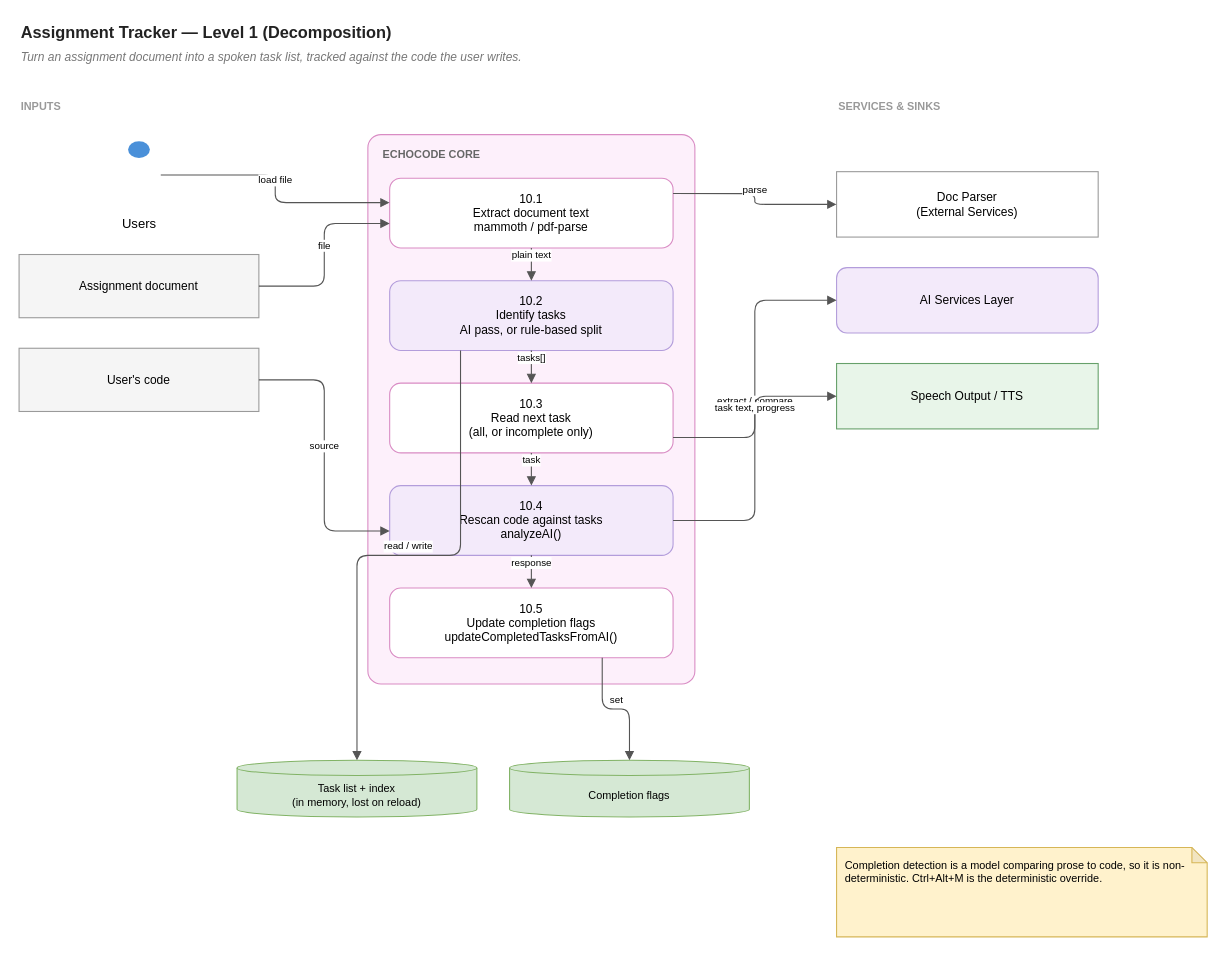
This is page "Level 1 — Decomposition" (2 of 2) of wiki/diagrams/10-assignment-tracker.drawio from hpcclab/EchoCode, a draw.io file, before an edit. Source tidied: cells renumbered, new cells numbered last; positions are measured from the earlier drawing's top-left corner, leaving out a move shared by most shapes. Both pictures are drawn from the tidied source at 109%, with x=0, y=0 at pixel (19, 19).
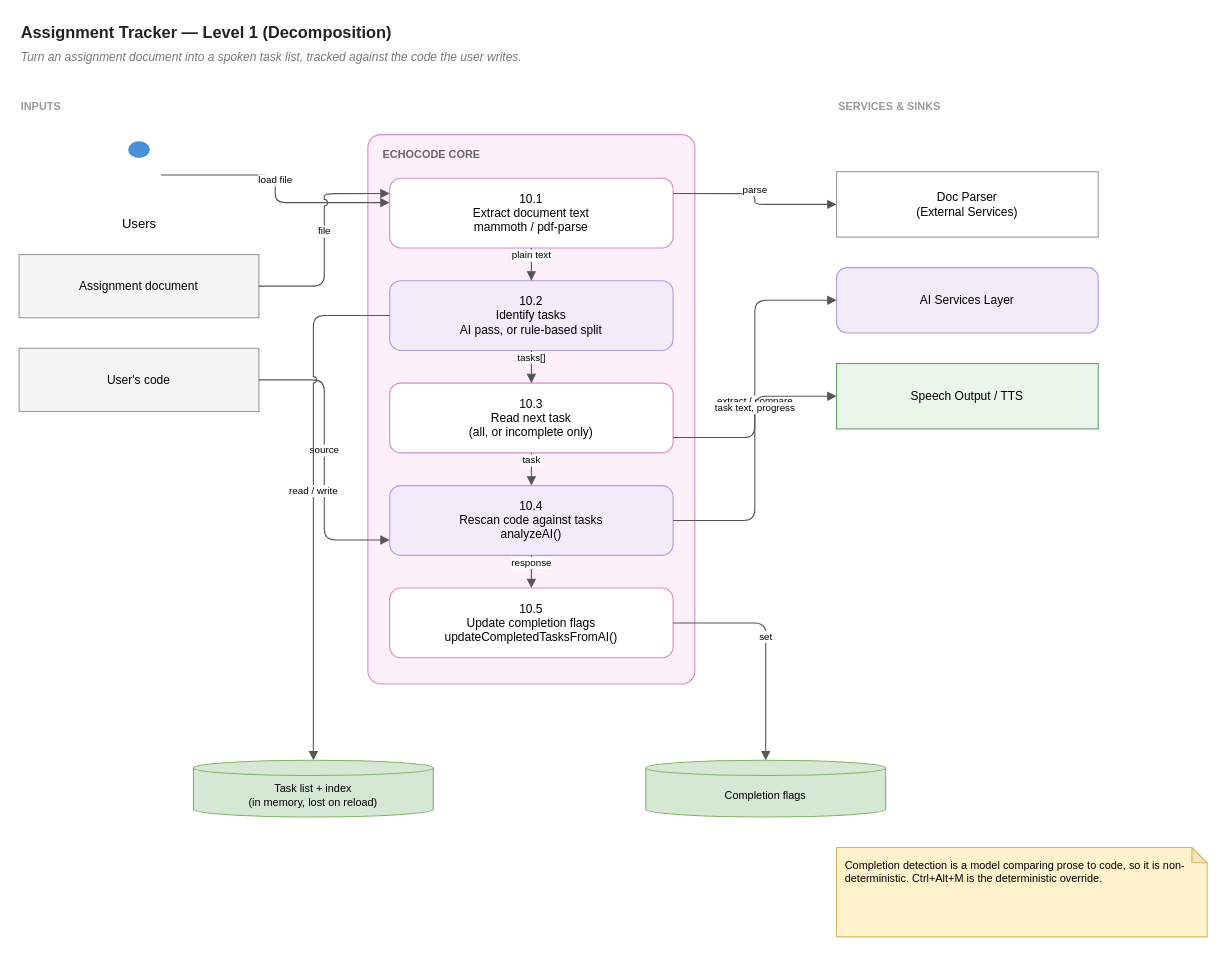
The same diagram, later.

The change refers to these unchanged cells:
```xml
<mxCell id="7" value="10.1&#10;Extract document text&#10;mammoth / pdf-parse" style="rounded=1;whiteSpace=wrap;html=1;fillColor=#ffffff;strokeColor=#d98cc4;fontSize=11;arcSize=16;" parent="6" vertex="1">
  <mxGeometry x="20" y="40" width="260" height="64" as="geometry" />
</mxCell>
<mxCell id="8" value="10.2&#10;Identify tasks&#10;AI pass, or rule-based split" style="rounded=1;whiteSpace=wrap;html=1;fillColor=#f3eafa;strokeColor=#b39ddb;fontSize=11;arcSize=16;" parent="6" vertex="1">
  <mxGeometry x="20" y="134" width="260" height="64" as="geometry" />
</mxCell>
<mxCell id="10" value="10.4&#10;Rescan code against tasks&#10;analyzeAI()" style="rounded=1;whiteSpace=wrap;html=1;fillColor=#f3eafa;strokeColor=#b39ddb;fontSize=11;arcSize=16;" parent="6" vertex="1">
  <mxGeometry x="20" y="322" width="260" height="64" as="geometry" />
</mxCell>
<mxCell id="11" value="10.5&#10;Update completion flags&#10;updateCompletedTasksFromAI()" style="rounded=1;whiteSpace=wrap;html=1;fillColor=#ffffff;strokeColor=#d98cc4;fontSize=11;arcSize=16;" parent="6" vertex="1">
  <mxGeometry x="20" y="416" width="260" height="64" as="geometry" />
</mxCell>
<mxCell id="13" value="Assignment document" style="rounded=0;whiteSpace=wrap;html=1;fillColor=#f5f5f5;strokeColor=#9a9a9a;fontSize=11;" parent="1" vertex="1">
  <mxGeometry y="216" width="220" height="58" as="geometry" />
</mxCell>
<mxCell id="14" value="User's code" style="rounded=0;whiteSpace=wrap;html=1;fillColor=#f5f5f5;strokeColor=#9a9a9a;fontSize=11;" parent="1" vertex="1">
  <mxGeometry y="302" width="220" height="58" as="geometry" />
</mxCell>
```

The edit, as a diff of the source:
```diff
@@
     <mxCell id="18" value="Task list + index&#10;(in memory, lost on reload)" style="shape=cylinder3;boundedLbl=1;backgroundOutline=1;size=7;whiteSpace=wrap;html=1;fillColor=#d5e8d4;strokeColor=#82b366;fontSize=10;" parent="1" vertex="1">
-      <mxGeometry x="200" y="680" width="220" height="52" as="geometry" />
+      <mxGeometry x="160" y="680" width="220" height="52" as="geometry" />
     </mxCell>
     <mxCell id="19" value="Completion flags" style="shape=cylinder3;boundedLbl=1;backgroundOutline=1;size=7;whiteSpace=wrap;html=1;fillColor=#d5e8d4;strokeColor=#82b366;fontSize=10;" parent="1" vertex="1">
-      <mxGeometry x="450" y="680" width="220" height="52" as="geometry" />
+      <mxGeometry x="575" y="680" width="220" height="52" as="geometry" />
     </mxCell>
@@
-    <mxCell id="21" value="file" style="edgeStyle=orthogonalEdgeStyle;rounded=1;html=1;endArrow=block;endFill=1;jettySize=auto;jumpStyle=arc;jumpSize=6;fontSize=9;labelBackgroundColor=#ffffff;verticalAlign=bottom;strokeColor=#555555;exitX=1;exitY=0.5;exitDx=0;exitDy=0;entryX=0;entryY=0.65;entryDx=0;entryDy=0;" parent="1" edge="1" source="13" target="7">
+    <mxCell id="21" value="file" style="edgeStyle=orthogonalEdgeStyle;rounded=1;html=1;endArrow=block;endFill=1;jettySize=auto;jumpStyle=arc;jumpSize=6;fontSize=9;labelBackgroundColor=#ffffff;verticalAlign=bottom;strokeColor=#555555;exitX=1;exitY=0.5;exitDx=0;exitDy=0;entryX=0;entryY=0.22;entryDx=0;entryDy=0;" parent="1" edge="1" source="13" target="7">
       <mxGeometry relative="1" as="geometry" />
     </mxCell>
-    <mxCell id="22" value="source" style="edgeStyle=orthogonalEdgeStyle;rounded=1;html=1;endArrow=block;endFill=1;jettySize=auto;jumpStyle=arc;jumpSize=6;fontSize=9;labelBackgroundColor=#ffffff;verticalAlign=bottom;strokeColor=#555555;exitX=1;exitY=0.5;exitDx=0;exitDy=0;entryX=0;entryY=0.65;entryDx=0;entryDy=0;" parent="1" edge="1" source="14" target="10">
+    <mxCell id="22" value="source" style="edgeStyle=orthogonalEdgeStyle;rounded=1;html=1;endArrow=block;endFill=1;jettySize=auto;jumpStyle=arc;jumpSize=6;fontSize=9;labelBackgroundColor=#ffffff;verticalAlign=bottom;strokeColor=#555555;exitX=1;exitY=0.5;exitDx=0;exitDy=0;entryX=0;entryY=0.78;entryDx=0;entryDy=0;" parent="1" edge="1" source="14" target="10">
       <mxGeometry relative="1" as="geometry" />
     </mxCell>
@@
-    <mxCell id="30" value="read / write" style="edgeStyle=orthogonalEdgeStyle;rounded=1;html=1;endArrow=block;endFill=1;jettySize=auto;jumpStyle=arc;jumpSize=6;fontSize=9;labelBackgroundColor=#ffffff;verticalAlign=bottom;strokeColor=#555555;exitX=0.25;exitY=1;exitDx=0;exitDy=0;entryX=0.5;entryY=0;entryDx=0;entryDy=0;" parent="1" edge="1" source="8" target="18">
+    <mxCell id="30" value="read / write" style="edgeStyle=orthogonalEdgeStyle;rounded=1;html=1;endArrow=block;endFill=1;jettySize=auto;jumpStyle=arc;jumpSize=6;fontSize=9;labelBackgroundColor=#ffffff;verticalAlign=bottom;strokeColor=#555555;exitX=0;exitY=0.5;exitDx=0;exitDy=0;entryX=0.5;entryY=0;entryDx=0;entryDy=0;" parent="1" edge="1" source="8" target="18">
       <mxGeometry relative="1" as="geometry" />
     </mxCell>
-    <mxCell id="31" value="set" style="edgeStyle=orthogonalEdgeStyle;rounded=1;html=1;endArrow=block;endFill=1;jettySize=auto;jumpStyle=arc;jumpSize=6;fontSize=9;labelBackgroundColor=#ffffff;verticalAlign=bottom;strokeColor=#555555;exitX=0.75;exitY=1;exitDx=0;exitDy=0;entryX=0.5;entryY=0;entryDx=0;entryDy=0;" parent="1" edge="1" source="11" target="19">
+    <mxCell id="31" value="set" style="edgeStyle=orthogonalEdgeStyle;rounded=1;html=1;endArrow=block;endFill=1;jettySize=auto;jumpStyle=arc;jumpSize=6;fontSize=9;labelBackgroundColor=#ffffff;verticalAlign=bottom;strokeColor=#555555;exitX=1;exitY=0.5;exitDx=0;exitDy=0;entryX=0.5;entryY=0;entryDx=0;entryDy=0;" parent="1" edge="1" source="11" target="19">
       <mxGeometry relative="1" as="geometry" />
     </mxCell>
```
